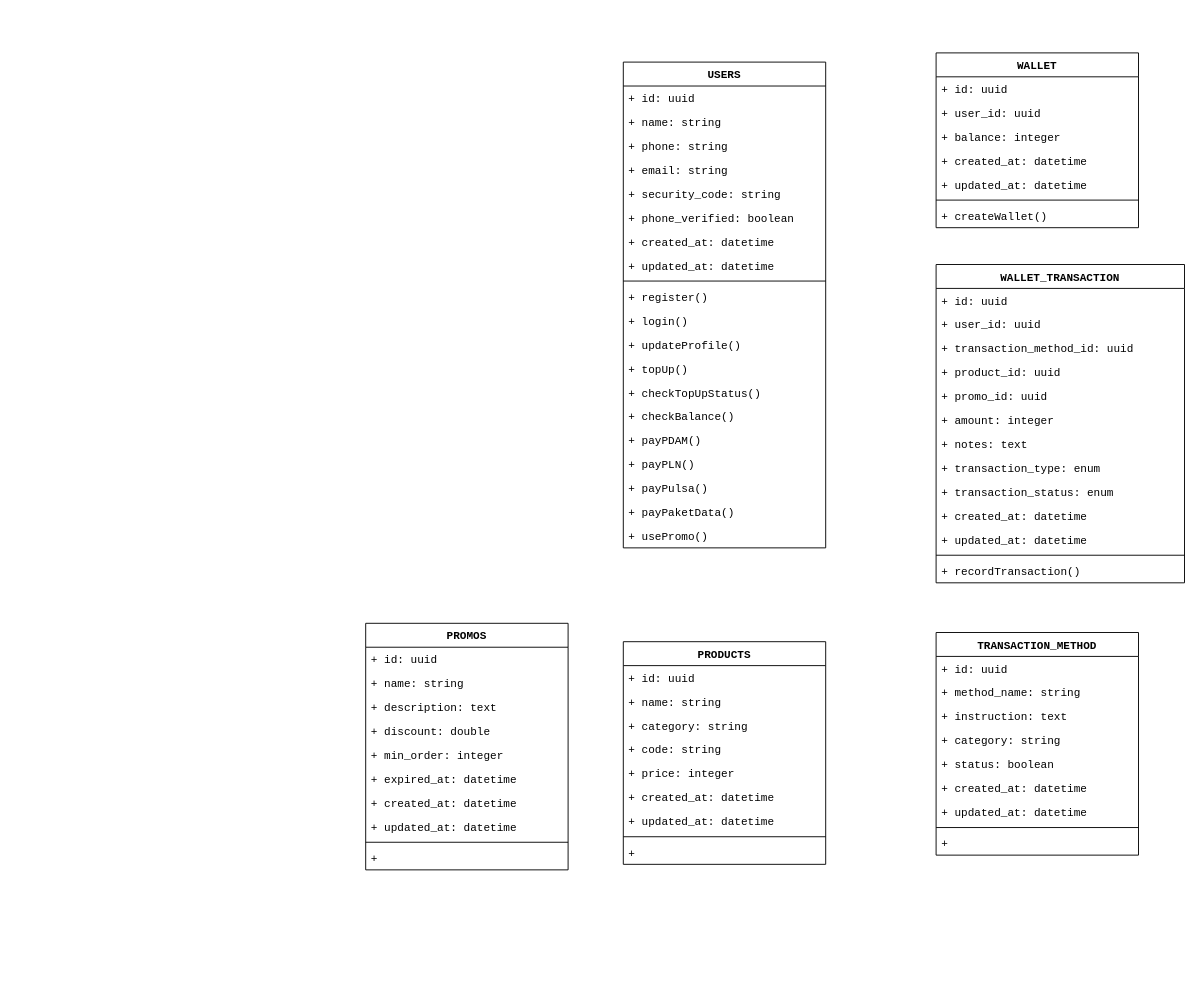
This is requirements/Class Diagram.drawio from foxxxesky/Final-Projects-Backend-OVO, a draw.io file, before an edit. Source tidied: cells renumbered, new cells numbered last; positions are measured from the earlier drawing's top-left corner, leaving out a move shared by most shapes. Both pictures are drawn from the tidied source at 92%, with x=0, y=0 at pixel (365, 52).
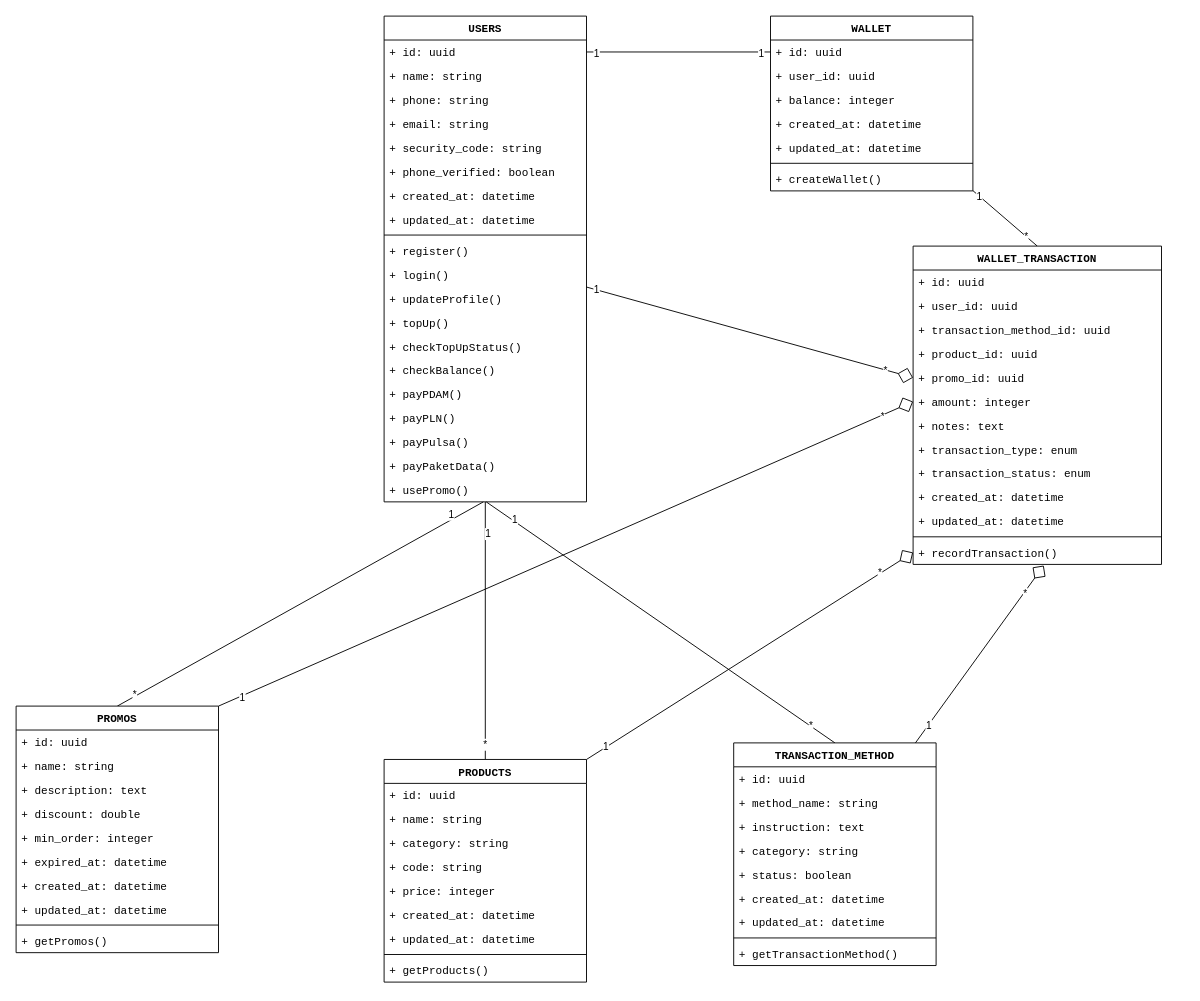
Above is the later version.

Unchanged cells that the change refers to:
```xml
<mxCell id="3" value="+ id: uuid" style="text;strokeColor=none;fillColor=none;align=left;verticalAlign=top;spacingLeft=4;spacingRight=4;overflow=hidden;points=[[0,0.5],[1,0.5]];portConstraint=eastwest;fontFamily=Courier New;" parent="2" vertex="1">
  <mxGeometry y="26" width="220" height="26" as="geometry" />
</mxCell>
<mxCell id="22" value="+ usePromo()" style="text;strokeColor=none;fillColor=none;align=left;verticalAlign=top;spacingLeft=4;spacingRight=4;overflow=hidden;points=[[0,0.5],[1,0.5]];portConstraint=eastwest;fontFamily=Courier New;" parent="2" vertex="1">
  <mxGeometry y="502" width="220" height="26" as="geometry" />
</mxCell>
<mxCell id="24" value="+ id: uuid" style="text;strokeColor=none;fillColor=none;align=left;verticalAlign=top;spacingLeft=4;spacingRight=4;overflow=hidden;points=[[0,0.5],[1,0.5]];portConstraint=eastwest;fontFamily=Courier New;" parent="23" vertex="1">
  <mxGeometry y="26" width="220" height="26" as="geometry" />
</mxCell>
<mxCell id="36" value="+ promo_id: uuid" style="text;strokeColor=none;fillColor=none;align=left;verticalAlign=top;spacingLeft=4;spacingRight=4;overflow=hidden;points=[[0,0.5],[1,0.5]];portConstraint=eastwest;fontFamily=Courier New;" parent="31" vertex="1">
  <mxGeometry y="130" width="270" height="26" as="geometry" />
</mxCell>
<mxCell id="37" value="+ amount: integer" style="text;strokeColor=none;fillColor=none;align=left;verticalAlign=top;spacingLeft=4;spacingRight=4;overflow=hidden;points=[[0,0.5],[1,0.5]];portConstraint=eastwest;fontFamily=Courier New;" parent="31" vertex="1">
  <mxGeometry y="156" width="270" height="26" as="geometry" />
</mxCell>
<mxCell id="44" value="+ recordTransaction()" style="text;strokeColor=none;fillColor=none;align=left;verticalAlign=top;spacingLeft=4;spacingRight=4;overflow=hidden;points=[[0,0.5],[1,0.5]];portConstraint=eastwest;fontFamily=Courier New;" parent="31" vertex="1">
  <mxGeometry y="320" width="270" height="26" as="geometry" />
</mxCell>
```

The edit, as a diff of the source:
```diff
@@
+    <mxCell id="76" style="rounded=0;html=1;entryX=0.5;entryY=0;entryDx=0;entryDy=0;endArrow=none;endFill=0;exitX=0.49;exitY=1.003;exitDx=0;exitDy=0;exitPerimeter=0;" parent="1" edge="1" source="22" target="65">
+      <mxGeometry relative="1" as="geometry" />
+    </mxCell>
+    <mxCell id="77" value="1" style="edgeLabel;html=1;align=center;verticalAlign=middle;" parent="76" vertex="1">
+      <mxGeometry x="-0.92" y="1" relative="1" as="geometry">
+        <mxPoint x="-20" y="4" as="offset" />
+      </mxGeometry>
+    </mxCell>
+    <mxCell id="78" value="*" style="edgeLabel;html=1;align=center;verticalAlign=middle;" parent="76" vertex="1">
+      <mxGeometry x="0.9" y="-2" relative="1" as="geometry" />
+    </mxCell>
+    <mxCell id="79" style="edgeStyle=none;rounded=0;html=1;entryX=0.5;entryY=0;entryDx=0;entryDy=0;endArrow=none;endFill=0;" parent="1" edge="1" source="2" target="55">
+      <mxGeometry relative="1" as="geometry" />
+    </mxCell>
+    <mxCell id="80" value="1" style="edgeLabel;html=1;align=center;verticalAlign=middle;" parent="79" vertex="1">
+      <mxGeometry x="-0.76" y="2" relative="1" as="geometry" />
+    </mxCell>
+    <mxCell id="81" value="*" style="edgeLabel;html=1;align=center;verticalAlign=middle;" parent="79" vertex="1">
+      <mxGeometry x="0.88" y="-1" relative="1" as="geometry" />
+    </mxCell>
+    <mxCell id="82" style="edgeStyle=none;rounded=0;html=1;entryX=0.5;entryY=0;entryDx=0;entryDy=0;endArrow=none;endFill=0;exitX=0.505;exitY=1.003;exitDx=0;exitDy=0;exitPerimeter=0;" parent="1" edge="1" source="22" target="45">
+      <mxGeometry relative="1" as="geometry" />
+    </mxCell>
+    <mxCell id="83" value="1" style="edgeLabel;html=1;align=center;verticalAlign=middle;" parent="82" vertex="1">
+      <mxGeometry x="-0.85" y="2" relative="1" as="geometry" />
+    </mxCell>
+    <mxCell id="84" value="*" style="edgeLabel;html=1;align=center;verticalAlign=middle;" parent="82" vertex="1">
+      <mxGeometry x="0.86" y="1" relative="1" as="geometry" />
+    </mxCell>
+    <mxCell id="85" style="edgeStyle=none;rounded=0;html=1;entryX=0;entryY=0.5;entryDx=0;entryDy=0;endArrow=diamond;endFill=0;endSize=15;" parent="1" edge="1" source="2" target="36">
+      <mxGeometry relative="1" as="geometry" />
+    </mxCell>
+    <mxCell id="86" value="1" style="edgeLabel;html=1;align=center;verticalAlign=middle;" parent="85" vertex="1">
+      <mxGeometry x="-0.94" y="1" relative="1" as="geometry" />
+    </mxCell>
+    <mxCell id="87" value="*" style="edgeLabel;html=1;align=center;verticalAlign=middle;" parent="85" vertex="1">
+      <mxGeometry x="0.83" y="-1" relative="1" as="geometry" />
+    </mxCell>
     <mxCell id="2" value="USERS" style="swimlane;fontStyle=1;align=center;verticalAlign=top;horizontal=1;startSize=26;fontFamily=Courier New;" parent="1" vertex="1">
-      <mxGeometry x="280" y="10" width="220" height="528" as="geometry" />
+      <mxGeometry x="20" y="-40" width="220" height="528" as="geometry" />
     </mxCell>
@@
+    <mxCell id="88" style="edgeStyle=none;html=1;entryX=0.5;entryY=0;entryDx=0;entryDy=0;endArrow=none;endFill=0;" parent="1" edge="1" source="23" target="31">
+      <mxGeometry relative="1" as="geometry" />
+    </mxCell>
+    <mxCell id="89" value="1" style="edgeLabel;html=1;align=center;verticalAlign=middle;" parent="88" vertex="1">
+      <mxGeometry x="-0.8" relative="1" as="geometry" />
+    </mxCell>
+    <mxCell id="90" value="*" style="edgeLabel;html=1;align=center;verticalAlign=middle;" parent="88" vertex="1">
+      <mxGeometry x="0.64" relative="1" as="geometry" />
+    </mxCell>
     <mxCell id="23" value="WALLET" style="swimlane;fontStyle=1;align=center;verticalAlign=top;horizontal=1;startSize=26;fontFamily=Courier New;" parent="1" vertex="1">
-      <mxGeometry x="620" width="220" height="190" as="geometry" />
+      <mxGeometry x="440" y="-40" width="220" height="190" as="geometry" />
     </mxCell>
@@
     <mxCell id="31" value="WALLET_TRANSACTION" style="swimlane;fontStyle=1;align=center;verticalAlign=top;horizontal=1;startSize=26;fontFamily=Courier New;" parent="1" vertex="1">
-      <mxGeometry x="620" y="230" width="270" height="346" as="geometry" />
+      <mxGeometry x="595" y="210" width="270" height="346" as="geometry" />
     </mxCell>
@@
+    <mxCell id="91" style="edgeStyle=none;rounded=0;html=1;entryX=0.526;entryY=1.047;entryDx=0;entryDy=0;entryPerimeter=0;endArrow=diamond;endFill=0;jumpSize=15;endSize=15;" parent="1" edge="1" source="45" target="44">
+      <mxGeometry relative="1" as="geometry" />
+    </mxCell>
+    <mxCell id="92" value="1" style="edgeLabel;html=1;align=center;verticalAlign=middle;" parent="91" vertex="1">
+      <mxGeometry x="-0.8" relative="1" as="geometry" />
+    </mxCell>
+    <mxCell id="93" value="*" style="edgeLabel;html=1;align=center;verticalAlign=middle;" parent="91" vertex="1">
+      <mxGeometry x="0.69" y="-1" relative="1" as="geometry" />
+    </mxCell>
     <mxCell id="45" value="TRANSACTION_METHOD" style="swimlane;fontStyle=1;align=center;verticalAlign=top;horizontal=1;startSize=26;fontFamily=Courier New;" parent="1" vertex="1">
-      <mxGeometry x="620" y="630" width="220" height="242" as="geometry" />
+      <mxGeometry x="400" y="750" width="220" height="242" as="geometry" />
     </mxCell>
@@
-    <mxCell id="54" value="+ " style="text;strokeColor=none;fillColor=none;align=left;verticalAlign=top;spacingLeft=4;spacingRight=4;overflow=hidden;fontFamily=Courier New;" parent="45" vertex="1">
+    <mxCell id="54" value="+ getTransactionMethod()" style="text;strokeColor=none;fillColor=none;align=left;verticalAlign=top;spacingLeft=4;spacingRight=4;overflow=hidden;fontFamily=Courier New;" parent="45" vertex="1">
       <mxGeometry y="216" width="220" height="26" as="geometry" />
     </mxCell>
+    <mxCell id="94" style="edgeStyle=none;rounded=0;html=1;entryX=0;entryY=0.5;entryDx=0;entryDy=0;endArrow=diamond;endFill=0;exitX=1;exitY=0;exitDx=0;exitDy=0;endSize=15;" parent="1" edge="1" source="55" target="44">
+      <mxGeometry relative="1" as="geometry" />
+    </mxCell>
+    <mxCell id="95" value="1" style="edgeLabel;html=1;align=center;verticalAlign=middle;" parent="94" vertex="1">
+      <mxGeometry x="-0.88" y="1" relative="1" as="geometry" />
+    </mxCell>
+    <mxCell id="96" value="*" style="edgeLabel;html=1;align=center;verticalAlign=middle;" parent="94" vertex="1">
+      <mxGeometry x="0.8" y="1" relative="1" as="geometry" />
+    </mxCell>
     <mxCell id="55" value="PRODUCTS" style="swimlane;fontStyle=1;align=center;verticalAlign=top;horizontal=1;startSize=26;fontFamily=Courier New;" parent="1" vertex="1">
-      <mxGeometry x="280" y="640" width="220" height="242" as="geometry" />
+      <mxGeometry x="20" y="768" width="220" height="242" as="geometry" />
     </mxCell>
@@
-    <mxCell id="64" value="+ " style="text;strokeColor=none;fillColor=none;align=left;verticalAlign=top;spacingLeft=4;spacingRight=4;overflow=hidden;fontFamily=Courier New;" parent="55" vertex="1">
+    <mxCell id="64" value="+ getProducts()" style="text;strokeColor=none;fillColor=none;align=left;verticalAlign=top;spacingLeft=4;spacingRight=4;overflow=hidden;fontFamily=Courier New;" parent="55" vertex="1">
       <mxGeometry y="216" width="220" height="26" as="geometry" />
     </mxCell>
+    <mxCell id="97" style="edgeStyle=none;rounded=0;html=1;entryX=0;entryY=0.5;entryDx=0;entryDy=0;endArrow=diamond;endFill=0;exitX=1;exitY=0;exitDx=0;exitDy=0;endSize=15;" parent="1" edge="1" source="65" target="37">
+      <mxGeometry relative="1" as="geometry" />
+    </mxCell>
+    <mxCell id="98" value="1" style="edgeLabel;html=1;align=center;verticalAlign=middle;" parent="97" vertex="1">
+      <mxGeometry x="-0.93" y="-1" relative="1" as="geometry">
+        <mxPoint x="-1" y="1" as="offset" />
+      </mxGeometry>
+    </mxCell>
+    <mxCell id="99" value="*" style="edgeLabel;html=1;align=center;verticalAlign=middle;" parent="97" vertex="1">
+      <mxGeometry x="0.91" y="-1" relative="1" as="geometry" />
+    </mxCell>
     <mxCell id="65" value="PROMOS" style="swimlane;fontStyle=1;align=center;verticalAlign=top;horizontal=1;startSize=26;fontFamily=Courier New;" parent="1" vertex="1">
-      <mxGeometry y="620" width="220" height="268" as="geometry" />
+      <mxGeometry x="-380" y="710" width="220" height="268" as="geometry" />
     </mxCell>
@@
-    <mxCell id="75" value="+ " style="text;strokeColor=none;fillColor=none;align=left;verticalAlign=top;spacingLeft=4;spacingRight=4;overflow=hidden;fontFamily=Courier New;" parent="65" vertex="1">
+    <mxCell id="75" value="+ getPromos()" style="text;strokeColor=none;fillColor=none;align=left;verticalAlign=top;spacingLeft=4;spacingRight=4;overflow=hidden;fontFamily=Courier New;" parent="65" vertex="1">
       <mxGeometry y="242" width="220" height="26" as="geometry" />
     </mxCell>
+    <mxCell id="100" style="edgeStyle=none;html=1;exitX=1;exitY=0.5;exitDx=0;exitDy=0;entryX=0;entryY=0.5;entryDx=0;entryDy=0;endArrow=none;endFill=0;" parent="1" edge="1" source="3" target="24">
+      <mxGeometry relative="1" as="geometry" />
+    </mxCell>
+    <mxCell id="101" value="1" style="edgeLabel;html=1;align=center;verticalAlign=middle;" parent="100" vertex="1">
+      <mxGeometry x="-0.77" y="-1" relative="1" as="geometry">
+        <mxPoint x="-13" as="offset" />
+      </mxGeometry>
+    </mxCell>
+    <mxCell id="102" value="1" style="edgeLabel;html=1;align=center;verticalAlign=middle;" parent="100" vertex="1">
+      <mxGeometry x="0.92" y="-1" relative="1" as="geometry">
+        <mxPoint x="-3" as="offset" />
+      </mxGeometry>
+    </mxCell>
```
